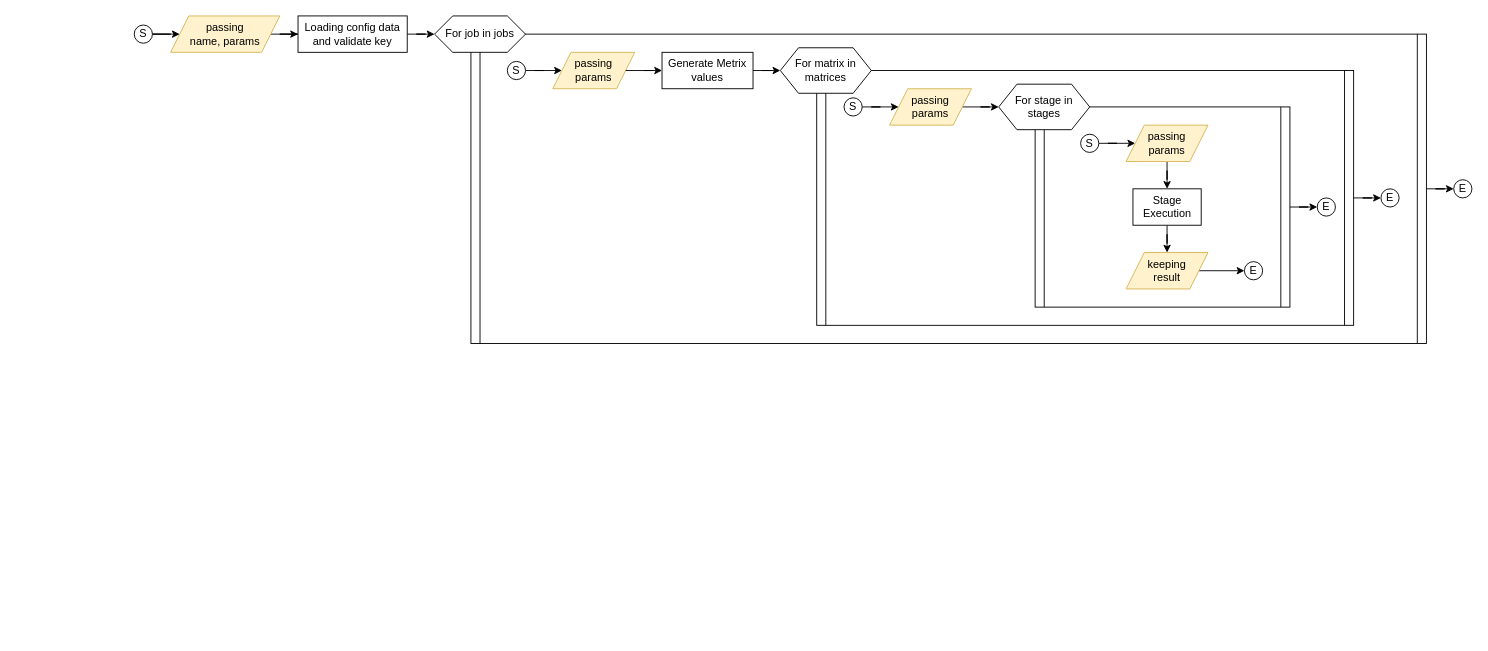
Before: page "pipeline" (2 of 2) of docs/assets/diagram.drawio in ddeutils/ddeutil-workflow, a draw.io diagram. Source tidied: cells renumbered, new cells numbered last; positions are measured from the earlier drawing's top-left corner, leaving out a move shared by most shapes. Both pictures are drawn from the tidied source at 91%, with x=0, y=0 at pixel (134, 15).
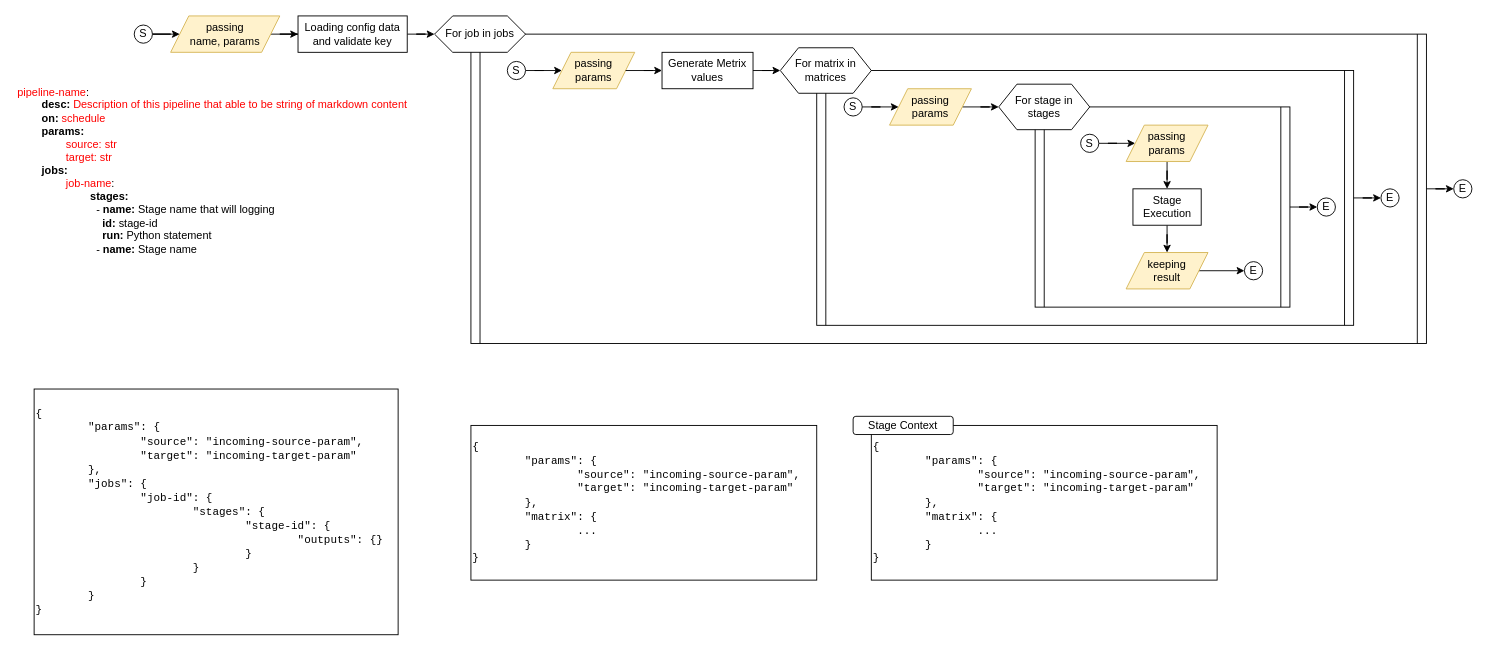
The same page after the edit.

Commit message (it also covers changes not shown here):
:dart: feat: add result context to each execution dependency.

Change to the diagram source:
```diff
@@
+    <mxCell id="39" value="&lt;font color=&quot;#ff0000&quot;&gt;pipeline-name&lt;/font&gt;:&lt;div&gt;&lt;span style=&quot;white-space: pre;&quot;&gt;&#9;&lt;/span&gt;&lt;b&gt;desc:&lt;/b&gt; &lt;font color=&quot;#ff0000&quot;&gt;Description of this pipeline that able to be string of markdown content&lt;/font&gt;&lt;br&gt;&lt;/div&gt;&lt;div&gt;&lt;span style=&quot;white-space: pre;&quot;&gt;&#9;&lt;/span&gt;&lt;b&gt;on:&lt;/b&gt; &lt;font color=&quot;#ff0000&quot;&gt;schedule&lt;/font&gt;&lt;br&gt;&lt;/div&gt;&lt;div&gt;&lt;span style=&quot;white-space: pre;&quot;&gt;&#9;&lt;/span&gt;&lt;b&gt;params:&lt;/b&gt;&lt;br&gt;&lt;/div&gt;&lt;div&gt;&lt;span style=&quot;white-space: pre;&quot;&gt;&#9;&lt;/span&gt;&lt;span style=&quot;white-space: pre;&quot;&gt;&#9;&lt;/span&gt;&lt;font color=&quot;#ff0000&quot;&gt;source: str&lt;br&gt;&lt;/font&gt;&lt;/div&gt;&lt;div&gt;&lt;font color=&quot;#ff0000&quot;&gt;&lt;span style=&quot;white-space: pre;&quot;&gt;&#9;&lt;/span&gt;&lt;span style=&quot;white-space: pre;&quot;&gt;&#9;&lt;/span&gt;target: str&lt;/font&gt;&lt;br&gt;&lt;/div&gt;&lt;div&gt;&lt;span style=&quot;white-space: pre;&quot;&gt;&#9;&lt;/span&gt;&lt;b&gt;jobs:&lt;/b&gt;&lt;br&gt;&lt;/div&gt;&lt;div&gt;&lt;span style=&quot;white-space: pre;&quot;&gt;&#9;&lt;/span&gt;&lt;span style=&quot;white-space: pre;&quot;&gt;&#9;&lt;/span&gt;&lt;font color=&quot;#ff0000&quot;&gt;job-name&lt;/font&gt;:&lt;br&gt;&lt;/div&gt;&lt;div&gt;&lt;b&gt;&lt;span style=&quot;white-space: pre;&quot;&gt;&#9;&lt;/span&gt;&lt;span style=&quot;white-space: pre;&quot;&gt;&#9;&lt;/span&gt;&lt;span style=&quot;white-space: pre;&quot;&gt;&#9;&lt;/span&gt;stages:&lt;/b&gt;&lt;br&gt;&lt;/div&gt;&lt;div&gt;&lt;span style=&quot;white-space: pre;&quot;&gt;&#9;&lt;/span&gt;&lt;span style=&quot;white-space: pre;&quot;&gt;&#9;&lt;/span&gt;&lt;span style=&quot;white-space: pre;&quot;&gt;&#9;&lt;/span&gt;&amp;nbsp; - &lt;b&gt;name:&lt;/b&gt; Stage name that will logging&lt;br&gt;&lt;/div&gt;&lt;div&gt;&lt;span style=&quot;white-space: pre;&quot;&gt;&#9;&lt;/span&gt;&lt;span style=&quot;white-space: pre;&quot;&gt;&#9;&lt;/span&gt;&lt;span style=&quot;white-space: pre;&quot;&gt;&#9;&lt;/span&gt;&amp;nbsp; &amp;nbsp; &lt;b&gt;id:&lt;/b&gt; stage-id&lt;br&gt;&lt;/div&gt;&lt;div&gt;&lt;span style=&quot;white-space: pre;&quot;&gt;&#9;&lt;/span&gt;&lt;span style=&quot;white-space: pre;&quot;&gt;&#9;&lt;/span&gt;&lt;span style=&quot;white-space: pre;&quot;&gt;&#9;&lt;/span&gt;&amp;nbsp; &amp;nbsp; &lt;b&gt;run:&lt;/b&gt; Python statement&lt;br&gt;&lt;/div&gt;&lt;div&gt;&lt;span style=&quot;white-space: pre;&quot;&gt;&#9;&lt;/span&gt;&lt;span style=&quot;white-space: pre;&quot;&gt;&#9;&lt;/span&gt;&lt;span style=&quot;white-space: pre;&quot;&gt;&#9;&lt;/span&gt;&amp;nbsp; - &lt;b&gt;name:&lt;/b&gt; Stage name&lt;br&gt;&lt;/div&gt;" style="text;html=1;align=left;verticalAlign=middle;whiteSpace=wrap;rounded=0;" parent="1" vertex="1">
+      <mxGeometry x="-130" y="60" width="450" height="220" as="geometry" />
+    </mxCell>
+    <mxCell id="40" value="&lt;font face=&quot;Courier New&quot;&gt;{&lt;/font&gt;&lt;div&gt;&lt;font face=&quot;Courier New&quot;&gt;&lt;span style=&quot;white-space: pre;&quot;&gt;&#9;&lt;/span&gt;&quot;params&quot;: {&lt;/font&gt;&lt;/div&gt;&lt;div&gt;&lt;font face=&quot;Courier New&quot;&gt;&lt;span style=&quot;white-space: pre;&quot;&gt;&#9;&lt;/span&gt;&lt;span style=&quot;white-space: pre;&quot;&gt;&#9;&lt;/span&gt;&quot;source&quot;: &quot;incoming-source-param&quot;,&lt;br&gt;&lt;/font&gt;&lt;/div&gt;&lt;div&gt;&lt;font face=&quot;Courier New&quot;&gt;&lt;span style=&quot;white-space: pre;&quot;&gt;&#9;&lt;/span&gt;&lt;span style=&quot;white-space: pre;&quot;&gt;&#9;&lt;/span&gt;&quot;target&quot;: &quot;incoming-target-param&quot;&lt;br&gt;&lt;/font&gt;&lt;/div&gt;&lt;div&gt;&lt;font face=&quot;Courier New&quot;&gt;&lt;span style=&quot;white-space: pre;&quot;&gt;&#9;&lt;/span&gt;},&lt;/font&gt;&lt;/div&gt;&lt;div&gt;&lt;font face=&quot;Courier New&quot;&gt;&lt;span style=&quot;white-space: pre;&quot;&gt;&#9;&lt;/span&gt;&quot;jobs&quot;: {&lt;/font&gt;&lt;/div&gt;&lt;div&gt;&lt;font face=&quot;Courier New&quot;&gt;&lt;span style=&quot;white-space: pre;&quot;&gt;&#9;&lt;/span&gt;&lt;span style=&quot;white-space: pre;&quot;&gt;&#9;&lt;/span&gt;&quot;job-id&quot;: {&lt;br&gt;&lt;/font&gt;&lt;/div&gt;&lt;div&gt;&lt;font face=&quot;Courier New&quot;&gt;&lt;span style=&quot;white-space: pre;&quot;&gt;&#9;&lt;/span&gt;&lt;span style=&quot;white-space: pre;&quot;&gt;&#9;&lt;/span&gt;&lt;span style=&quot;white-space: pre;&quot;&gt;&#9;&lt;/span&gt;&quot;stages&quot;: {&lt;/font&gt;&lt;/div&gt;&lt;div&gt;&lt;font face=&quot;Courier New&quot;&gt;&lt;span style=&quot;white-space: pre;&quot;&gt;&#9;&lt;/span&gt;&lt;span style=&quot;white-space: pre;&quot;&gt;&#9;&lt;/span&gt;&lt;span style=&quot;white-space: pre;&quot;&gt;&#9;&lt;/span&gt;&lt;span style=&quot;white-space: pre;&quot;&gt;&#9;&lt;/span&gt;&quot;stage-id&quot;: {&lt;br&gt;&lt;/font&gt;&lt;/div&gt;&lt;div&gt;&lt;font face=&quot;Courier New&quot;&gt;&lt;span style=&quot;white-space: pre;&quot;&gt;&#9;&lt;/span&gt;&lt;span style=&quot;white-space: pre;&quot;&gt;&#9;&lt;/span&gt;&lt;span style=&quot;white-space: pre;&quot;&gt;&#9;&lt;/span&gt;&lt;span style=&quot;white-space: pre;&quot;&gt;&#9;&lt;/span&gt;&lt;span style=&quot;white-space: pre;&quot;&gt;&#9;&lt;/span&gt;&quot;outputs&quot;: {}&lt;br&gt;&lt;/font&gt;&lt;/div&gt;&lt;div&gt;&lt;font face=&quot;Courier New&quot;&gt;&lt;span style=&quot;white-space: pre;&quot;&gt;&#9;&lt;/span&gt;&lt;span style=&quot;white-space: pre;&quot;&gt;&#9;&lt;/span&gt;&lt;span style=&quot;white-space: pre;&quot;&gt;&#9;&lt;/span&gt;&lt;span style=&quot;white-space: pre;&quot;&gt;&#9;&lt;/span&gt;}&lt;br&gt;&lt;/font&gt;&lt;/div&gt;&lt;div&gt;&lt;font face=&quot;Courier New&quot;&gt;&lt;span style=&quot;white-space: pre;&quot;&gt;&#9;&lt;/span&gt;&lt;span style=&quot;white-space: pre;&quot;&gt;&#9;&lt;/span&gt;&lt;span style=&quot;white-space: pre;&quot;&gt;&#9;&lt;/span&gt;}&lt;br&gt;&lt;/font&gt;&lt;/div&gt;&lt;div&gt;&lt;font face=&quot;Courier New&quot;&gt;&lt;span style=&quot;white-space: pre;&quot;&gt;&#9;&lt;/span&gt;&lt;span style=&quot;white-space: pre;&quot;&gt;&#9;&lt;/span&gt;}&lt;br&gt;&lt;/font&gt;&lt;/div&gt;&lt;div&gt;&lt;font face=&quot;Courier New&quot;&gt;&lt;span style=&quot;white-space: pre;&quot;&gt;&#9;&lt;/span&gt;}&lt;br&gt;&lt;/font&gt;&lt;div&gt;&lt;font face=&quot;Courier New&quot;&gt;}&lt;/font&gt;&lt;/div&gt;&lt;/div&gt;" style="text;html=1;align=left;verticalAlign=middle;whiteSpace=wrap;rounded=0;strokeColor=default;" parent="1" vertex="1">
+      <mxGeometry x="-110" y="410" width="400" height="270" as="geometry" />
+    </mxCell>
+    <mxCell id="41" value="&lt;font face=&quot;Courier New&quot;&gt;{&lt;/font&gt;&lt;div&gt;&lt;font face=&quot;Courier New&quot;&gt;&lt;span style=&quot;white-space: pre;&quot;&gt;&#9;&lt;/span&gt;&quot;params&quot;: {&lt;/font&gt;&lt;/div&gt;&lt;div&gt;&lt;font face=&quot;Courier New&quot;&gt;&lt;span style=&quot;white-space: pre;&quot;&gt;&#9;&lt;/span&gt;&lt;span style=&quot;white-space: pre;&quot;&gt;&#9;&lt;/span&gt;&quot;source&quot;: &quot;incoming-source-param&quot;,&lt;br&gt;&lt;/font&gt;&lt;/div&gt;&lt;div&gt;&lt;font face=&quot;Courier New&quot;&gt;&lt;span style=&quot;white-space: pre;&quot;&gt;&#9;&lt;/span&gt;&lt;span style=&quot;white-space: pre;&quot;&gt;&#9;&lt;/span&gt;&quot;target&quot;: &quot;incoming-target-param&quot;&lt;br&gt;&lt;/font&gt;&lt;/div&gt;&lt;div&gt;&lt;font face=&quot;Courier New&quot;&gt;&lt;span style=&quot;white-space: pre;&quot;&gt;&#9;&lt;/span&gt;},&lt;/font&gt;&lt;/div&gt;&lt;div&gt;&lt;font face=&quot;Courier New&quot;&gt;&lt;span style=&quot;white-space: pre;&quot;&gt;&#9;&lt;/span&gt;&quot;matrix&quot;: {&lt;/font&gt;&lt;/div&gt;&lt;div&gt;&lt;font face=&quot;Courier New&quot;&gt;&lt;span style=&quot;white-space: pre;&quot;&gt;&#9;&lt;/span&gt;&lt;span style=&quot;white-space: pre;&quot;&gt;&#9;&lt;/span&gt;...&lt;br&gt;&lt;/font&gt;&lt;/div&gt;&lt;div&gt;&lt;font face=&quot;Courier New&quot;&gt;&lt;span style=&quot;white-space: pre;&quot;&gt;&#9;&lt;/span&gt;}&lt;br&gt;&lt;/font&gt;&lt;div&gt;&lt;font face=&quot;Courier New&quot;&gt;}&lt;/font&gt;&lt;/div&gt;&lt;/div&gt;" style="text;html=1;align=left;verticalAlign=middle;whiteSpace=wrap;rounded=0;strokeColor=default;" parent="1" vertex="1">
+      <mxGeometry x="810" y="450" width="380" height="170" as="geometry" />
+    </mxCell>
+    <mxCell id="42" value="&lt;font face=&quot;Courier New&quot;&gt;{&lt;/font&gt;&lt;div&gt;&lt;font face=&quot;Courier New&quot;&gt;&lt;span style=&quot;white-space: pre;&quot;&gt;&#9;&lt;/span&gt;&quot;params&quot;: {&lt;/font&gt;&lt;/div&gt;&lt;div&gt;&lt;font face=&quot;Courier New&quot;&gt;&lt;span style=&quot;white-space: pre;&quot;&gt;&#9;&lt;/span&gt;&lt;span style=&quot;white-space: pre;&quot;&gt;&#9;&lt;/span&gt;&quot;source&quot;: &quot;incoming-source-param&quot;,&lt;br&gt;&lt;/font&gt;&lt;/div&gt;&lt;div&gt;&lt;font face=&quot;Courier New&quot;&gt;&lt;span style=&quot;white-space: pre;&quot;&gt;&#9;&lt;/span&gt;&lt;span style=&quot;white-space: pre;&quot;&gt;&#9;&lt;/span&gt;&quot;target&quot;: &quot;incoming-target-param&quot;&lt;br&gt;&lt;/font&gt;&lt;/div&gt;&lt;div&gt;&lt;font face=&quot;Courier New&quot;&gt;&lt;span style=&quot;white-space: pre;&quot;&gt;&#9;&lt;/span&gt;},&lt;/font&gt;&lt;/div&gt;&lt;div&gt;&lt;font face=&quot;Courier New&quot;&gt;&lt;span style=&quot;white-space: pre;&quot;&gt;&#9;&lt;/span&gt;&quot;matrix&quot;: {&lt;/font&gt;&lt;/div&gt;&lt;div&gt;&lt;font face=&quot;Courier New&quot;&gt;&lt;span style=&quot;white-space: pre;&quot;&gt;&#9;&lt;/span&gt;&lt;span style=&quot;white-space: pre;&quot;&gt;&#9;&lt;/span&gt;...&lt;br&gt;&lt;/font&gt;&lt;/div&gt;&lt;div&gt;&lt;font face=&quot;Courier New&quot;&gt;&lt;span style=&quot;white-space: pre;&quot;&gt;&#9;&lt;/span&gt;}&lt;br&gt;&lt;/font&gt;&lt;div&gt;&lt;font face=&quot;Courier New&quot;&gt;}&lt;/font&gt;&lt;/div&gt;&lt;/div&gt;" style="text;html=1;align=left;verticalAlign=middle;whiteSpace=wrap;rounded=0;strokeColor=default;" parent="1" vertex="1">
+      <mxGeometry x="370" y="450" width="380" height="170" as="geometry" />
+    </mxCell>
+    <mxCell id="43" value="Stage Context" style="rounded=1;whiteSpace=wrap;html=1;" parent="1" vertex="1">
+      <mxGeometry x="790" y="440" width="110" height="20" as="geometry" />
+    </mxCell>
```
